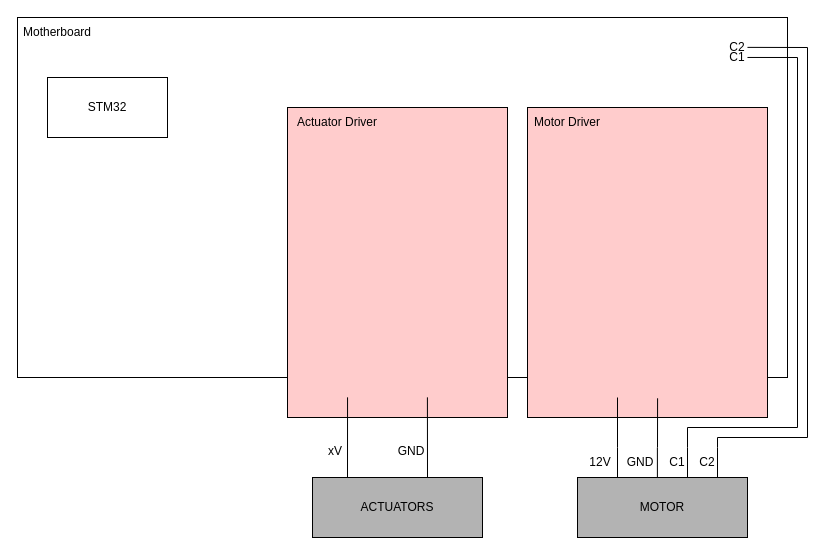
chatrajaman3/ELEC391_25W2_Robo_Maestro keeps this draw.io diagram as page "Circuits" (2 of 2) of block_diagrams/Maestro Diagrams.drawio. Above is the earlier version. Source tidied: cells renumbered, new cells numbered last; positions are measured from the earlier drawing's top-left corner, leaving out a move shared by most shapes. Both pictures are drawn from the tidied source at 100%, with x=0, y=0 at pixel (17, 17).
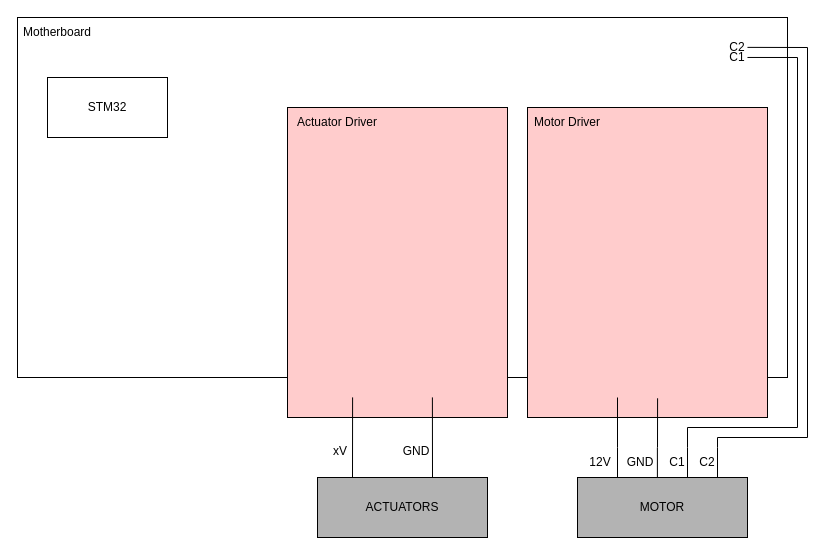
The same diagram, later.

The change refers to these unchanged cells:
```xml
<mxCell id="7" style="rounded=0;whiteSpace=wrap;html=1;shadow=0;fillColor=#FFCCCC;" parent="1" vertex="1">
  <mxGeometry x="270" y="90" width="220" height="310" as="geometry" />
</mxCell>
```

The edit, as a diff of the source:
```diff
@@
     <mxCell id="10" value="ACTUATORS" style="rounded=0;whiteSpace=wrap;html=1;fillColor=#B3B3B3;" parent="1" vertex="1">
-      <mxGeometry x="295" y="460" width="170" height="60" as="geometry" />
+      <mxGeometry x="300" y="460" width="170" height="60" as="geometry" />
     </mxCell>
@@
-    <mxCell id="29" style="endArrow=none;html=1;rounded=0;entryX=0.273;entryY=0.935;entryDx=0;entryDy=0;entryPerimeter=0;" parent="1" edge="1" target="7">
+    <mxCell id="29" style="endArrow=none;html=1;rounded=0;entryX=0.273;entryY=0.935;entryDx=0;entryDy=0;entryPerimeter=0;" parent="1" edge="1">
       <mxGeometry relative="1" as="geometry">
-        <mxPoint x="330" y="460" as="sourcePoint" />
+        <mxPoint x="335" y="460" as="sourcePoint" />
+        <mxPoint x="335.1" y="379.9" as="targetPoint" />
       </mxGeometry>
     </mxCell>
-    <mxCell id="30" style="endArrow=none;html=1;rounded=0;entryX=0.636;entryY=0.935;entryDx=0;entryDy=0;entryPerimeter=0;" parent="1" edge="1" target="7">
+    <mxCell id="30" style="endArrow=none;html=1;rounded=0;entryX=0.636;entryY=0.935;entryDx=0;entryDy=0;entryPerimeter=0;" parent="1" edge="1">
       <mxGeometry relative="1" as="geometry">
-        <mxPoint x="410" y="459.9" as="sourcePoint" />
+        <mxPoint x="415" y="459.9" as="sourcePoint" />
+        <mxPoint x="414.9" y="379.9" as="targetPoint" />
       </mxGeometry>
     </mxCell>
     <mxCell id="31" value="GND" style="text;html=1;whiteSpace=wrap;strokeColor=none;fillColor=none;align=center;verticalAlign=middle;rounded=0;" parent="1" vertex="1">
-      <mxGeometry x="377" y="419" width="34" height="30" as="geometry" />
+      <mxGeometry x="382" y="419" width="34" height="30" as="geometry" />
     </mxCell>
     <mxCell id="32" value="xV" style="text;html=1;whiteSpace=wrap;strokeColor=none;fillColor=none;align=center;verticalAlign=middle;rounded=0;" parent="1" vertex="1">
-      <mxGeometry x="301" y="419" width="34" height="30" as="geometry" />
+      <mxGeometry x="306" y="419" width="34" height="30" as="geometry" />
     </mxCell>
```
